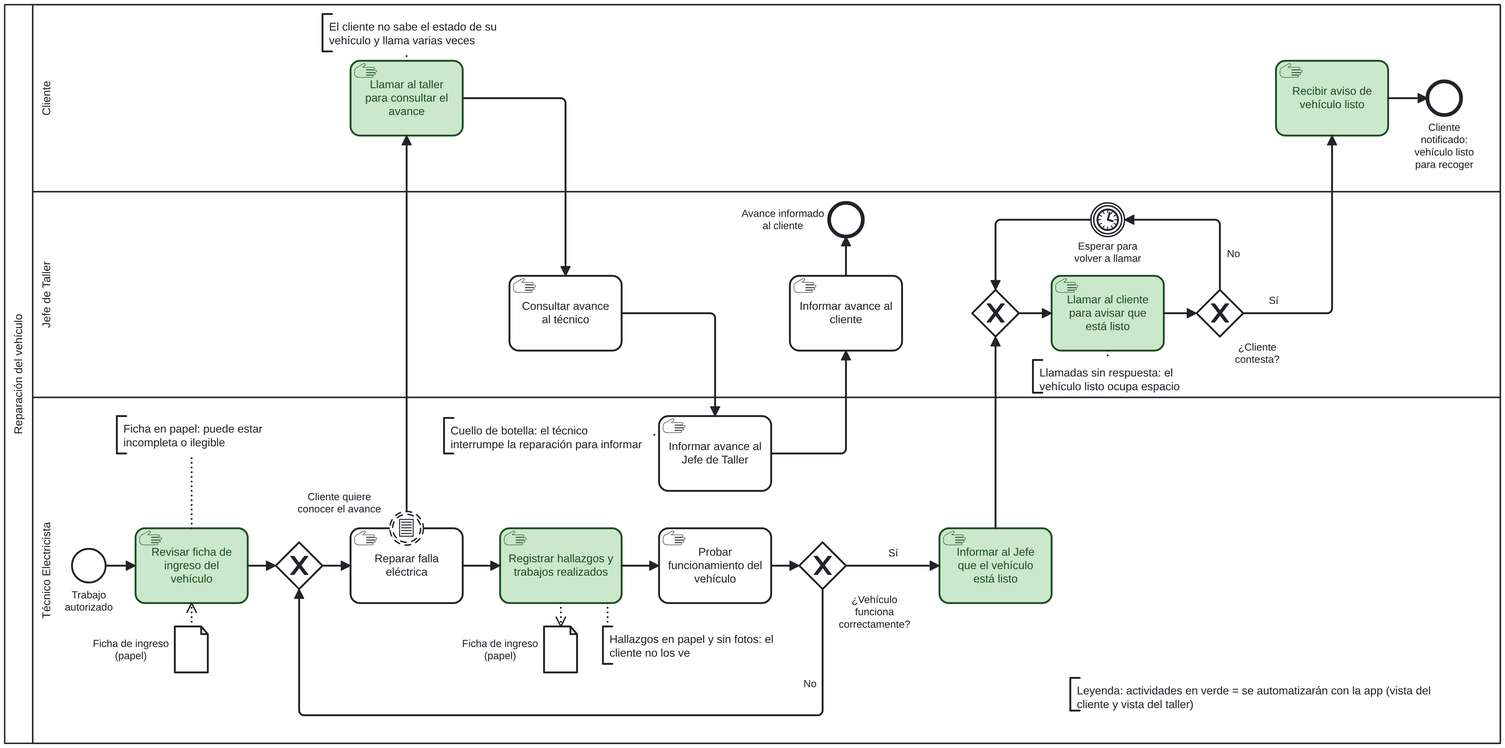
Above: docs/01-procesos/proceso-2-reparacion-del-vehiculo.png in LeoSle4/PitLane (BPMN), before the change. Its source is kept beside it as docs/01-procesos/proceso-2-reparacion-del-vehiculo.bpmn. Ids are renumbered.
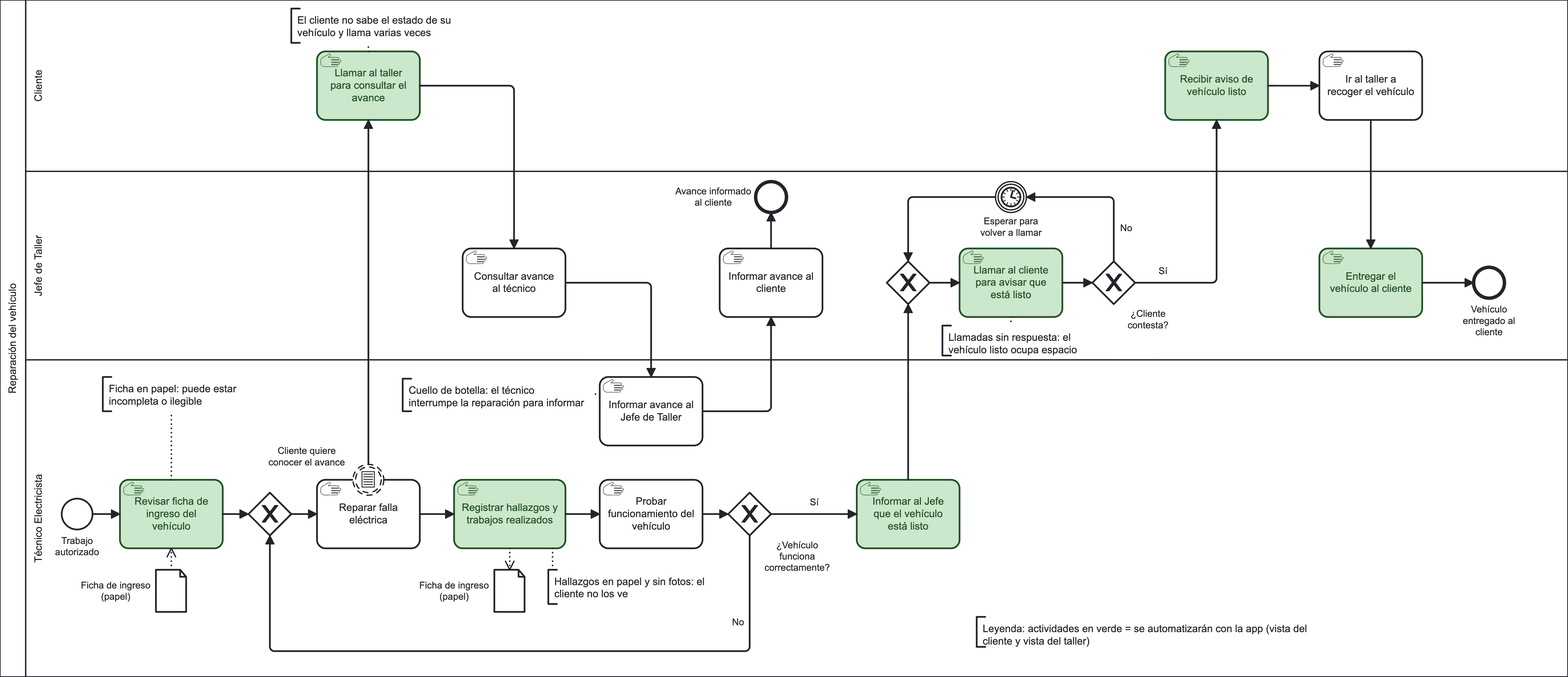
Later version of the same file.

Commit message:
docs(bpmn): agregar la recogida y entrega del vehículo al proceso de reparación

Change to the diagram source:
```diff
@@ -19,7 +19,7 @@
       <bpmn:lane id="Lane_Cliente" name="Cliente">
         <bpmn:flowNodeRef>Task_LlamarTaller</bpmn:flowNodeRef>
         <bpmn:flowNodeRef>Task_RecibirAviso</bpmn:flowNodeRef>
-        <bpmn:flowNodeRef>End_ClienteNotificado</bpmn:flowNodeRef>
+        <bpmn:flowNodeRef>Task_RecogerVehiculo</bpmn:flowNodeRef>
       </bpmn:lane>
       <bpmn:lane id="Lane_Jefe" name="Jefe de Taller">
         <bpmn:flowNodeRef>Task_ConsultarTecnico</bpmn:flowNodeRef>
@@ -29,6 +29,8 @@
         <bpmn:flowNodeRef>Task_LlamarCliente</bpmn:flowNodeRef>
         <bpmn:flowNodeRef>GW_ClienteContesta</bpmn:flowNodeRef>
         <bpmn:flowNodeRef>Timer_VolverLlamar</bpmn:flowNodeRef>
+        <bpmn:flowNodeRef>Task_EntregarVehiculo</bpmn:flowNodeRef>
+        <bpmn:flowNodeRef>End_VehiculoEntregado</bpmn:flowNodeRef>
       </bpmn:lane>
       <bpmn:lane id="Lane_Tecnico" name="Técnico Electricista">
         <bpmn:flowNodeRef>Start_TrabajoAutorizado</bpmn:flowNodeRef>
@@ -109,8 +111,16 @@
       <bpmn:incoming>F_Si2</bpmn:incoming>
       <bpmn:outgoing>F_10</bpmn:outgoing>
     </bpmn:manualTask>
-    <bpmn:endEvent id="End_ClienteNotificado" name="Cliente notificado: vehículo listo para recoger">
+    <bpmn:manualTask id="Task_RecogerVehiculo" name="Ir al taller a recoger el vehículo">
       <bpmn:incoming>F_10</bpmn:incoming>
+      <bpmn:outgoing>F_11</bpmn:outgoing>
+    </bpmn:manualTask>
+    <bpmn:manualTask id="Task_EntregarVehiculo" name="Entregar el vehículo al cliente">
+      <bpmn:incoming>F_11</bpmn:incoming>
+      <bpmn:outgoing>F_12</bpmn:outgoing>
+    </bpmn:manualTask>
+    <bpmn:endEvent id="End_VehiculoEntregado" name="Vehículo entregado al cliente">
+      <bpmn:incoming>F_12</bpmn:incoming>
     </bpmn:endEvent>
 
     <!-- ===== Consulta del cliente durante la reparación (puede ocurrir varias veces) ===== -->
@@ -184,7 +194,9 @@
     <bpmn:sequenceFlow id="F_Si2" name="Sí" sourceRef="GW_ClienteContesta" targetRef="Task_RecibirAviso" />
     <bpmn:sequenceFlow id="F_No2" name="No" sourceRef="GW_ClienteContesta" targetRef="Timer_VolverLlamar" />
     <bpmn:sequenceFlow id="F_T" sourceRef="Timer_VolverLlamar" targetRef="GW_MergeLlamada" />
-    <bpmn:sequenceFlow id="F_10" sourceRef="Task_RecibirAviso" targetRef="End_ClienteNotificado" />
+    <bpmn:sequenceFlow id="F_10" sourceRef="Task_RecibirAviso" targetRef="Task_RecogerVehiculo" />
+    <bpmn:sequenceFlow id="F_11" sourceRef="Task_RecogerVehiculo" targetRef="Task_EntregarVehiculo" />
+    <bpmn:sequenceFlow id="F_12" sourceRef="Task_EntregarVehiculo" targetRef="End_VehiculoEntregado" />
     <bpmn:sequenceFlow id="F_B1" sourceRef="Bnd_Consulta" targetRef="Task_LlamarTaller" />
     <bpmn:sequenceFlow id="F_B2" sourceRef="Task_LlamarTaller" targetRef="Task_ConsultarTecnico" />
     <bpmn:sequenceFlow id="F_B3" sourceRef="Task_ConsultarTecnico" targetRef="Task_InformarAvanceJefe" />
@@ -196,16 +208,16 @@
     <bpmndi:BPMNPlane id="BPMNPlane_Reparacion" bpmnElement="Collaboration_Reparacion">
 
       <bpmndi:BPMNShape id="S_Participant" bpmnElement="Participant_Reparacion" isHorizontal="true">
-        <dc:Bounds x="160" y="40" width="1600" height="790" />
+        <dc:Bounds x="160" y="40" width="1830" height="790" />
       </bpmndi:BPMNShape>
       <bpmndi:BPMNShape id="S_Lane_Cliente" bpmnElement="Lane_Cliente" isHorizontal="true">
-        <dc:Bounds x="190" y="40" width="1570" height="200" />
+        <dc:Bounds x="190" y="40" width="1800" height="200" />
       </bpmndi:BPMNShape>
       <bpmndi:BPMNShape id="S_Lane_Jefe" bpmnElement="Lane_Jefe" isHorizontal="true">
-        <dc:Bounds x="190" y="240" width="1570" height="220" />
+        <dc:Bounds x="190" y="240" width="1800" height="220" />
       </bpmndi:BPMNShape>
       <bpmndi:BPMNShape id="S_Lane_Tecnico" bpmnElement="Lane_Tecnico" isHorizontal="true">
-        <dc:Bounds x="190" y="460" width="1570" height="370" />
+        <dc:Bounds x="190" y="460" width="1800" height="370" />
       </bpmndi:BPMNShape>
 
       <!-- Cliente -->
@@ -215,9 +227,8 @@
       <bpmndi:BPMNShape id="S_Task_RecibirAviso" bpmnElement="Task_RecibirAviso" bioc:stroke="#205022" bioc:fill="#c8e6c9" color:background-color="#c8e6c9" color:border-color="#205022">
         <dc:Bounds x="1520" y="100" width="120" height="80" />
       </bpmndi:BPMNShape>
-      <bpmndi:BPMNShape id="S_End_ClienteNotificado" bpmnElement="End_ClienteNotificado">
-        <dc:Bounds x="1682" y="122" width="36" height="36" />
-        <bpmndi:BPMNLabel><dc:Bounds x="1655" y="165" width="90" height="40" /></bpmndi:BPMNLabel>
+      <bpmndi:BPMNShape id="S_Task_RecogerVehiculo" bpmnElement="Task_RecogerVehiculo">
+        <dc:Bounds x="1700" y="100" width="120" height="80" />
       </bpmndi:BPMNShape>
 
       <!-- Jefe de Taller -->
@@ -240,6 +251,13 @@
       <bpmndi:BPMNShape id="S_GW_ClienteContesta" bpmnElement="GW_ClienteContesta" isMarkerVisible="true">
         <dc:Bounds x="1435" y="345" width="50" height="50" />
         <bpmndi:BPMNLabel><dc:Bounds x="1470" y="400" width="60" height="27" /></bpmndi:BPMNLabel>
+      </bpmndi:BPMNShape>
+      <bpmndi:BPMNShape id="S_Task_EntregarVehiculo" bpmnElement="Task_EntregarVehiculo" bioc:stroke="#205022" bioc:fill="#c8e6c9" color:background-color="#c8e6c9" color:border-color="#205022">
+        <dc:Bounds x="1700" y="330" width="120" height="80" />
+      </bpmndi:BPMNShape>
+      <bpmndi:BPMNShape id="S_End_VehiculoEntregado" bpmnElement="End_VehiculoEntregado">
+        <dc:Bounds x="1880" y="352" width="36" height="36" />
+        <bpmndi:BPMNLabel><dc:Bounds x="1853" y="395" width="90" height="40" /></bpmndi:BPMNLabel>
       </bpmndi:BPMNShape>
       <bpmndi:BPMNShape id="S_Timer_VolverLlamar" bpmnElement="Timer_VolverLlamar">
         <dc:Bounds x="1322" y="252" width="36" height="36" />
@@ -334,7 +352,9 @@
       <bpmndi:BPMNEdge id="E_F_Si2" bpmnElement="F_Si2"><di:waypoint x="1485" y="370" /><di:waypoint x="1580" y="370" /><di:waypoint x="1580" y="180" /><bpmndi:BPMNLabel><dc:Bounds x="1510" y="350" width="14" height="14" /></bpmndi:BPMNLabel></bpmndi:BPMNEdge>
       <bpmndi:BPMNEdge id="E_F_No2" bpmnElement="F_No2"><di:waypoint x="1460" y="345" /><di:waypoint x="1460" y="270" /><di:waypoint x="1358" y="270" /><bpmndi:BPMNLabel><dc:Bounds x="1466" y="300" width="16" height="14" /></bpmndi:BPMNLabel></bpmndi:BPMNEdge>
       <bpmndi:BPMNEdge id="E_F_T" bpmnElement="F_T"><di:waypoint x="1322" y="270" /><di:waypoint x="1220" y="270" /><di:waypoint x="1220" y="345" /></bpmndi:BPMNEdge>
-      <bpmndi:BPMNEdge id="E_F_10" bpmnElement="F_10"><di:waypoint x="1640" y="140" /><di:waypoint x="1682" y="140" /></bpmndi:BPMNEdge>
+      <bpmndi:BPMNEdge id="E_F_10" bpmnElement="F_10"><di:waypoint x="1640" y="140" /><di:waypoint x="1700" y="140" /></bpmndi:BPMNEdge>
+      <bpmndi:BPMNEdge id="E_F_11" bpmnElement="F_11"><di:waypoint x="1760" y="180" /><di:waypoint x="1760" y="330" /></bpmndi:BPMNEdge>
+      <bpmndi:BPMNEdge id="E_F_12" bpmnElement="F_12"><di:waypoint x="1820" y="370" /><di:waypoint x="1880" y="370" /></bpmndi:BPMNEdge>
 
       <!-- Consulta del cliente -->
       <bpmndi:BPMNEdge id="E_F_B1" bpmnElement="F_B1"><di:waypoint x="590" y="582" /><di:waypoint x="590" y="180" /></bpmndi:BPMNEdge>
```
